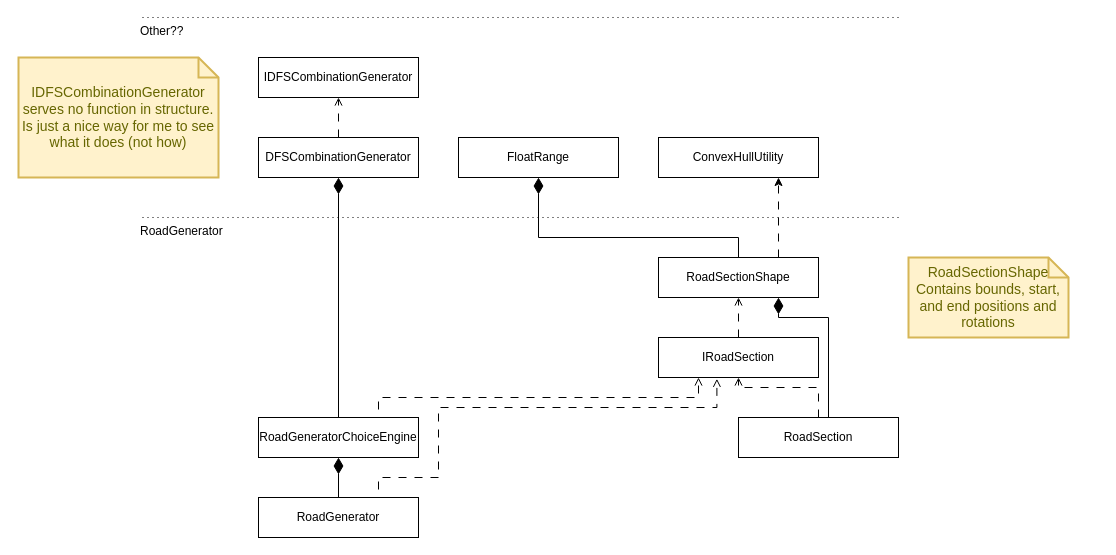
Above: Assets/Scripts/Architecture-Redesign.drawio in JohnnyHowe/infinite-drifto-road-generation (draw.io), before the change. Source tidied: cells renumbered, new cells numbered last; positions are measured from the earlier drawing's top-left corner, leaving out a move shared by most shapes. Both pictures are drawn from the tidied source at 100%, with x=0, y=0 at pixel (18, 17).
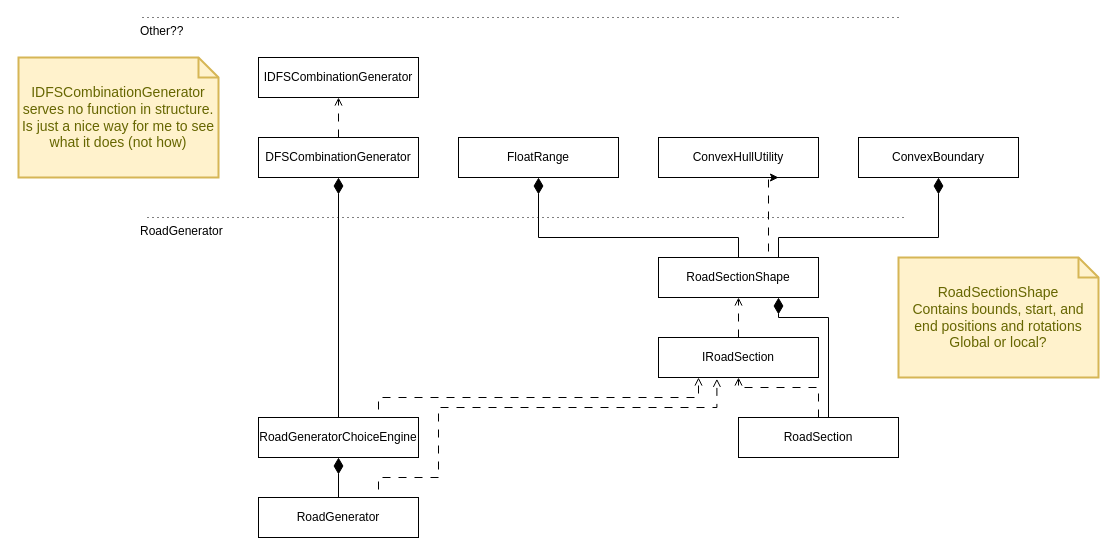
The same diagram, later.

Commit message (it also covers changes not shown here):
RoadSectionShape and ConvexBoundary skeletons

Unchanged cells that the change refers to:
```xml
<mxCell id="2" value="ConvexHullUtility" style="rounded=0;whiteSpace=wrap;html=1;" parent="1" vertex="1">
  <mxGeometry x="640" y="120" width="160" height="40" as="geometry" />
</mxCell>
<mxCell id="19" value="RoadSectionShape" style="rounded=0;whiteSpace=wrap;html=1;" parent="1" vertex="1">
  <mxGeometry x="640" y="240" width="160" height="40" as="geometry" />
</mxCell>
```

Diff of the diagram source:
```diff
@@
     <mxCell id="18" style="edgeStyle=orthogonalEdgeStyle;rounded=0;jettySize=auto;html=1;exitX=0.75;exitY=0;exitDx=0;exitDy=0;entryX=0.75;entryY=1;entryDx=0;entryDy=0;dashed=1;dashPattern=8 8;" parent="1" edge="1" source="19" target="2">
-      <mxGeometry relative="1" as="geometry" />
+      <mxGeometry relative="1" as="geometry">
+        <Array as="points">
+          <mxPoint x="750" y="240" />
+          <mxPoint x="750" y="160" />
+        </Array>
+      </mxGeometry>
     </mxCell>
+    <mxCell id="27" style="edgeStyle=orthogonalEdgeStyle;rounded=0;jettySize=auto;html=1;exitX=0.75;exitY=0;exitDx=0;exitDy=0;entryX=0.5;entryY=1;entryDx=0;entryDy=0;endArrow=diamondThin;endFill=1;jumpSize=14;startSize=14;endSize=14;" parent="1" edge="1" source="19" target="28">
+      <mxGeometry relative="1" as="geometry">
+        <Array as="points">
+          <mxPoint x="760" y="220" />
+          <mxPoint x="920" y="220" />
+        </Array>
+      </mxGeometry>
+    </mxCell>
@@
     <mxCell id="21" style="endArrow=none;html=1;rounded=0;dashed=1;dashPattern=1 4;" parent="1" edge="1">
       <mxGeometry relative="1" as="geometry">
-        <mxPoint x="880" y="200" as="sourcePoint" />
-        <mxPoint x="120" y="200" as="targetPoint" />
+        <mxPoint x="885" y="200" as="sourcePoint" />
+        <mxPoint x="125" y="200" as="targetPoint" />
       </mxGeometry>
     </mxCell>
@@
-    <mxCell id="25" value="RoadSectionShape&lt;br&gt;Contains bounds, start, and end positions and rotations" style="shape=note;strokeWidth=2;fontSize=14;size=20;whiteSpace=wrap;html=1;fillColor=#fff2cc;strokeColor=#d6b656;fontColor=#666600;" parent="1" vertex="1">
-      <mxGeometry x="890" y="240" width="160" height="80" as="geometry" />
+    <mxCell id="25" value="RoadSectionShape&lt;br&gt;Contains bounds, start, and end positions and rotations&lt;br&gt;Global or local?" style="shape=note;strokeWidth=2;fontSize=14;size=20;whiteSpace=wrap;html=1;fillColor=#fff2cc;strokeColor=#d6b656;fontColor=#666600;" parent="1" vertex="1">
+      <mxGeometry x="880" y="240" width="200" height="120" as="geometry" />
     </mxCell>
@@
+    <mxCell id="28" value="ConvexBoundary" style="rounded=0;whiteSpace=wrap;html=1;" parent="1" vertex="1">
+      <mxGeometry x="840" y="120" width="160" height="40" as="geometry" />
+    </mxCell>
```
